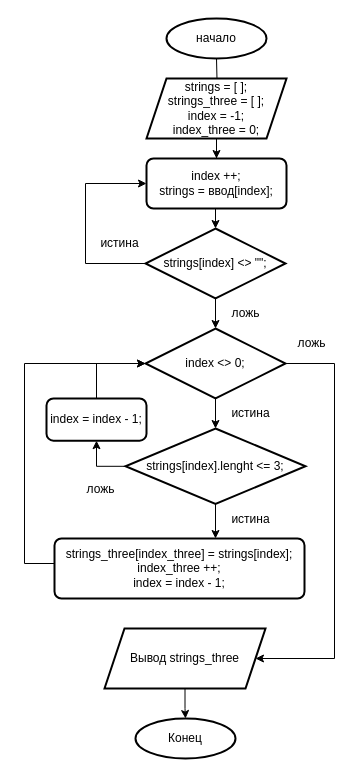
The draw.io diagram final_control_work/block diagram.drawio in ArtemFinder/seminar-C-, before the edit. Source tidied: cells renumbered, new cells numbered last; positions are measured from the earlier drawing's top-left corner, leaving out a move shared by most shapes. Both pictures are drawn from the tidied source at 100%, with x=0, y=0 at pixel (24, 18).
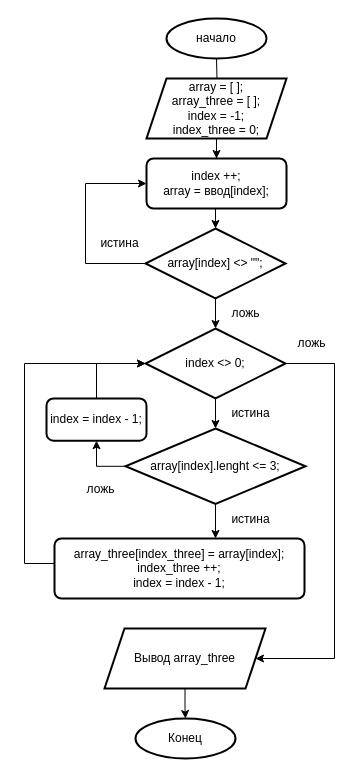
Above is the later version.

Commit message (it also covers changes not shown here):
блок-схема

Change to the diagram source:
```diff
@@
-    <mxCell id="4" value="strings = [ ];&lt;br&gt;strings_three = [ ];&lt;br&gt;index = -1;&lt;br&gt;index_three = 0;" style="shape=parallelogram;perimeter=parallelogramPerimeter;whiteSpace=wrap;html=1;fixedSize=1;strokeWidth=2;" parent="1" vertex="1">
+    <mxCell id="4" value="array = [ ];&lt;br&gt;array_three = [ ];&lt;br&gt;index = -1;&lt;br&gt;index_three = 0;" style="shape=parallelogram;perimeter=parallelogramPerimeter;whiteSpace=wrap;html=1;fixedSize=1;strokeWidth=2;" parent="1" vertex="1">
       <mxGeometry x="122" y="60" width="140" height="60" as="geometry" />
     </mxCell>
@@
-    <mxCell id="7" value="strings[index] &amp;lt;&amp;gt; &quot;&quot;;" style="rhombus;whiteSpace=wrap;html=1;strokeWidth=2;" parent="1" vertex="1">
+    <mxCell id="7" value="array[index] &amp;lt;&amp;gt; &quot;&quot;;" style="rhombus;whiteSpace=wrap;html=1;strokeWidth=2;" parent="1" vertex="1">
       <mxGeometry x="121" y="210" width="140" height="70" as="geometry" />
     </mxCell>
@@
-    <mxCell id="9" value="index ++;&lt;br&gt;strings = ввод[index];" style="rounded=1;whiteSpace=wrap;html=1;absoluteArcSize=1;arcSize=14;strokeWidth=2;" parent="1" vertex="1">
+    <mxCell id="9" value="index ++;&lt;br&gt;array = ввод[index];" style="rounded=1;whiteSpace=wrap;html=1;absoluteArcSize=1;arcSize=14;strokeWidth=2;" parent="1" vertex="1">
       <mxGeometry x="122" y="140" width="140" height="50" as="geometry" />
     </mxCell>
@@
-    <mxCell id="18" value="strings[index].lenght &amp;lt;= 3;" style="rhombus;whiteSpace=wrap;html=1;strokeWidth=2;fillColor=default;gradientColor=none;" parent="1" vertex="1">
+    <mxCell id="18" value="array[index].lenght &amp;lt;= 3;" style="rhombus;whiteSpace=wrap;html=1;strokeWidth=2;fillColor=default;gradientColor=none;" parent="1" vertex="1">
       <mxGeometry x="101" y="410" width="180" height="75.5" as="geometry" />
     </mxCell>
@@
-    <mxCell id="21" value="strings_three[index_three]&amp;nbsp;= strings[index];&lt;br&gt;index_three ++;&lt;br&gt;index = index - 1;" style="rounded=1;whiteSpace=wrap;html=1;absoluteArcSize=1;arcSize=14;strokeWidth=2;fillColor=default;gradientColor=none;" parent="1" vertex="1">
+    <mxCell id="21" value="array_three[index_three]&amp;nbsp;= array[index];&lt;br&gt;index_three ++;&lt;br&gt;index = index - 1;" style="rounded=1;whiteSpace=wrap;html=1;absoluteArcSize=1;arcSize=14;strokeWidth=2;fillColor=default;gradientColor=none;" parent="1" vertex="1">
       <mxGeometry x="30" y="520" width="250" height="60" as="geometry" />
     </mxCell>
@@
-    <mxCell id="27" value="Вывод strings_three" style="shape=parallelogram;perimeter=parallelogramPerimeter;whiteSpace=wrap;html=1;fixedSize=1;strokeWidth=2;gradientColor=none;" parent="1" vertex="1">
+    <mxCell id="27" value="Вывод array_three" style="shape=parallelogram;perimeter=parallelogramPerimeter;whiteSpace=wrap;html=1;fixedSize=1;strokeWidth=2;gradientColor=none;" parent="1" vertex="1">
       <mxGeometry x="80" y="610" width="161" height="60" as="geometry" />
     </mxCell>
```
